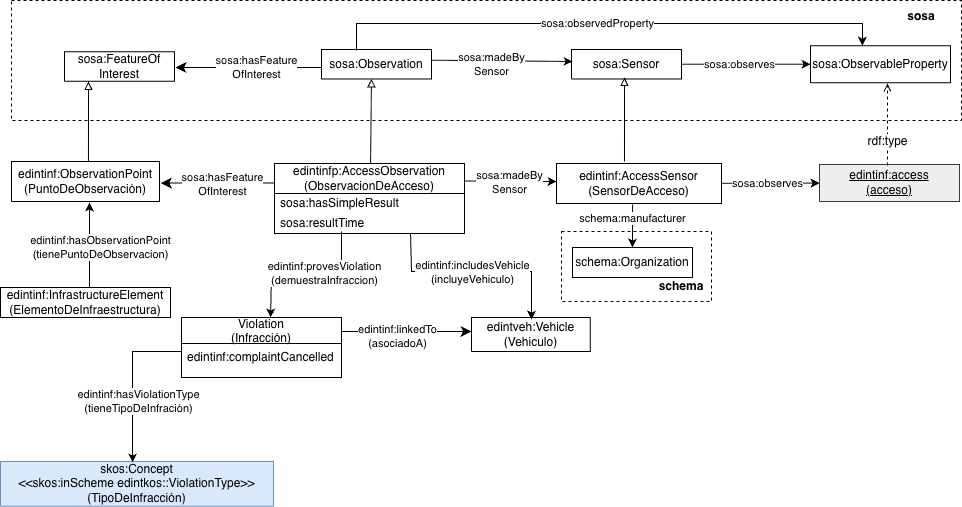
EDINT-Ontologia/edint-ontologia-infraestructura keeps this draw.io diagram as documentation/images/diagrama-conceptual-AccessSensors-with-DP.png. Above is the earlier version. Source tidied: cells renumbered, new cells last; positions are measured from the earlier drawing's top-left corner, leaving out a move shared by most shapes.
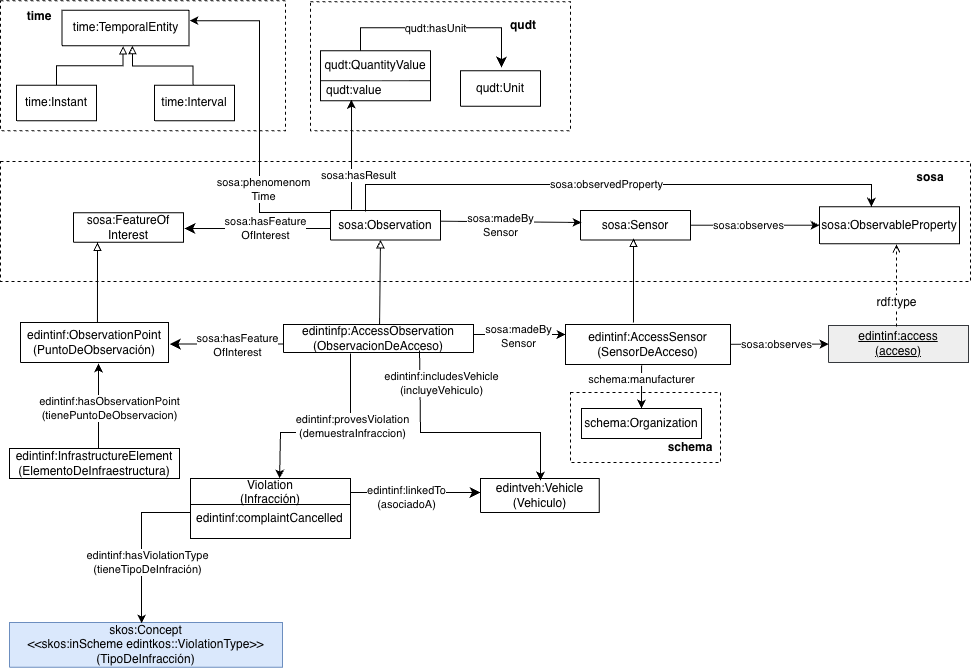
Above is the later version.

The edit, as a diff of the source:
```diff
@@ -6,7 +6,7 @@
       <mxGeometry x="561" y="231" width="150" height="70" as="geometry" />
     </mxCell>
     <mxCell id="3" style="rounded=0;whiteSpace=wrap;html=1;fillColor=none;dashed=1;fontSize=12;" parent="1" vertex="1">
-      <mxGeometry x="11" y="-0.1" width="950" height="120" as="geometry" />
+      <mxGeometry x="-9" y="-0.1" width="970" height="120" as="geometry" />
     </mxCell>
     <mxCell id="4" value="&lt;font style=&quot;color: rgb(0, 0, 0); direction: ltr; letter-spacing: 0px; line-height: 120%; opacity: 1;&quot;&gt;sosa:Sensor&lt;/font&gt;" style="verticalAlign=middle;align=center;vsdxID=334;shape=(stored shape, 160 characters);labelBackgroundColor=none;rounded=0;html=1;whiteSpace=wrap;fontSize=12;" parent="1" vertex="1">
       <mxGeometry x="571" y="49" width="110" height="29.5" as="geometry" />
@@ -85,9 +85,9 @@
         <mxPoint x="10" y="1" as="offset" />
       </mxGeometry>
     </mxCell>
-    <mxCell id="24" style="endArrow=none;html=1;rounded=0;fontSize=12;endFill=0;startArrow=classic;startFill=1;entryX=1;entryY=0.25;entryDx=0;entryDy=0;" parent="1" edge="1" target="30">
+    <mxCell id="24" style="endArrow=none;html=1;rounded=0;fontSize=12;endFill=0;startArrow=classic;startFill=1;exitX=0;exitY=0.25;exitDx=0;exitDy=0;" parent="1" edge="1" source="17">
       <mxGeometry relative="1" as="geometry">
-        <mxPoint x="556" y="181" as="sourcePoint" />
+        <mxPoint x="461" y="173" as="targetPoint" />
       </mxGeometry>
     </mxCell>
     <mxCell id="25" value="sosa:madeBy&lt;div&gt;Sensor&lt;/div&gt;" style="edgeLabel;html=1;align=center;verticalAlign=middle;fontSize=11;" parent="24" vertex="1">
@@ -110,15 +110,9 @@
       <mxGeometry y="287" width="170" height="30" as="geometry" />
     </mxCell>
     <mxCell id="30" value="edintinfp:AccessObservation&lt;div&gt;&lt;span style=&quot;background-color: transparent; color: light-dark(rgb(0, 0, 0), rgb(255, 255, 255));&quot;&gt;(ObservacionDeAcceso)&lt;/span&gt;&lt;/div&gt;" style="swimlane;fontStyle=0;horizontal=1;startSize=30;whiteSpace=wrap;html=1;" parent="1" vertex="1">
-      <mxGeometry x="274" y="163" width="190" height="70" as="geometry" />
+      <mxGeometry x="274" y="163" width="190" height="28" as="geometry" />
     </mxCell>
-    <mxCell id="31" value="sosa:hasSimpleResult" style="text;strokeColor=none;fillColor=none;align=left;verticalAlign=middle;spacingLeft=4;spacingRight=4;overflow=hidden;whiteSpace=wrap;html=1;" parent="30" vertex="1">
-      <mxGeometry y="30" width="190" height="20" as="geometry" />
-    </mxCell>
-    <mxCell id="32" value="sosa:resultTime" style="text;strokeColor=none;fillColor=none;align=left;verticalAlign=middle;spacingLeft=4;spacingRight=4;overflow=hidden;points=[[0,0.5],[1,0.5]];portConstraint=eastwest;whiteSpace=wrap;html=1;" parent="30" vertex="1">
-      <mxGeometry y="50" width="190" height="20" as="geometry" />
-    </mxCell>
-    <mxCell id="33" style="endArrow=classic;html=1;rounded=0;exitX=0.353;exitY=0.9;exitDx=0;exitDy=0;exitPerimeter=0;" parent="1" edge="1" source="32">
+    <mxCell id="33" style="endArrow=classic;html=1;rounded=0;exitX=0.353;exitY=1.036;exitDx=0;exitDy=0;exitPerimeter=0;" parent="1" edge="1" source="30">
       <mxGeometry relative="1" as="geometry">
         <mxPoint x="270.1" y="317" as="targetPoint" />
         <Array as="points">
@@ -149,7 +143,7 @@
         <mxPoint x="88" y="81" as="targetPoint" />
       </mxGeometry>
     </mxCell>
-    <mxCell id="39" style="endArrow=classic;html=1;rounded=0;exitX=0.716;exitY=1;exitDx=0;exitDy=0;exitPerimeter=0;" parent="1" edge="1" source="32">
+    <mxCell id="39" style="endArrow=classic;html=1;rounded=0;exitX=0.716;exitY=0.929;exitDx=0;exitDy=0;exitPerimeter=0;" parent="1" edge="1" source="30">
       <mxGeometry relative="1" as="geometry">
         <mxPoint x="531" y="319" as="targetPoint" />
         <Array as="points">
@@ -161,7 +155,7 @@
     </mxCell>
     <mxCell id="40" value="edintinf:includesVehicle&lt;div&gt;(incluyeVehiculo)&lt;/div&gt;" style="edgeLabel;html=1;align=center;verticalAlign=middle;" parent="39" vertex="1">
       <mxGeometry x="-0.26" y="1" relative="1" as="geometry">
-        <mxPoint x="23" y="1" as="offset" />
+        <mxPoint x="9" y="-49" as="offset" />
       </mxGeometry>
     </mxCell>
     <mxCell id="41" style="endArrow=none;html=1;rounded=0;exitX=0.5;exitY=1.025;exitDx=0;exitDy=0;entryX=0.5;entryY=0;entryDx=0;entryDy=0;exitPerimeter=0;startArrow=classic;startFill=1;endFill=0;" parent="1" edge="1">
@@ -217,5 +211,91 @@
     <mxCell id="51" value="edintinf:complaintCancelled" style="text;strokeColor=none;fillColor=none;align=left;verticalAlign=top;spacingLeft=4;spacingRight=4;overflow=visible;points=[[0,0.5],[1,0.5]];portConstraint=eastwest;imageAspect=0;imageHeight=24;" parent="50" vertex="1">
       <mxGeometry y="26" width="160" height="34" as="geometry" />
     </mxCell>
+    <mxCell id="52" style="rounded=0;whiteSpace=wrap;html=1;fillColor=none;dashed=1;fontSize=11;strokeColor=#000000;" parent="1" vertex="1">
+      <mxGeometry x="301" y="-159.8" width="260" height="129" as="geometry" />
+    </mxCell>
+    <mxCell id="53" value="&lt;font style=&quot;color: rgb(0, 0, 0); direction: ltr; letter-spacing: 0px; line-height: 120%; opacity: 1; font-size: 12px;&quot;&gt;qudt:Unit&lt;/font&gt;" style="verticalAlign=middle;align=center;vsdxID=334;shape=(stored shape, 160 characters);labelBackgroundColor=none;rounded=0;html=1;whiteSpace=wrap;fontSize=11;" parent="1" vertex="1">
+      <mxGeometry x="451" y="-90.8" width="80" height="35.5" as="geometry" />
+    </mxCell>
+    <mxCell id="54" value="&lt;div&gt;qudt&lt;/div&gt;" style="text;html=1;whiteSpace=wrap;strokeColor=none;fillColor=none;align=center;verticalAlign=middle;rounded=0;fontStyle=1;fontSize=12;" parent="1" vertex="1">
+      <mxGeometry x="484" y="-150.8" width="60" height="30" as="geometry" />
+    </mxCell>
+    <mxCell id="55" style="edgeStyle=orthogonalEdgeStyle;endArrow=none;html=1;rounded=0;endSize=8;startSize=8;sourcePerimeterSpacing=0;targetPerimeterSpacing=0;endFill=0;startArrow=classic;startFill=1;exitX=0.564;exitY=0.034;exitDx=0;exitDy=0;exitPerimeter=0;fontSize=11;" parent="1" edge="1">
+      <mxGeometry relative="1" as="geometry">
+        <mxPoint x="492" y="-94" as="sourcePoint" />
+        <mxPoint x="351" y="-110.8" as="targetPoint" />
+        <Array as="points">
+          <mxPoint x="492" y="-133.8" />
+          <mxPoint x="351" y="-133.8" />
+        </Array>
+      </mxGeometry>
+    </mxCell>
+    <mxCell id="56" value="qudt:hasUnit" style="edgeLabel;html=1;align=center;verticalAlign=middle;fontSize=11;" parent="55" vertex="1">
+      <mxGeometry x="0.16" y="1" relative="1" as="geometry">
+        <mxPoint x="12" y="-1" as="offset" />
+      </mxGeometry>
+    </mxCell>
+    <mxCell id="57" value="qudt:QuantityValue" style="swimlane;fontStyle=0;horizontal=1;startSize=30;whiteSpace=wrap;html=1;strokeColor=#000000;" parent="1" vertex="1">
+      <mxGeometry x="311" y="-110.8" width="110" height="50" as="geometry" />
+    </mxCell>
+    <mxCell id="58" value="qudt:value" style="text;strokeColor=none;fillColor=none;align=left;verticalAlign=middle;spacingLeft=4;spacingRight=4;overflow=hidden;points=[[0,0.5],[1,0.5]];portConstraint=eastwest;whiteSpace=wrap;html=1;" parent="57" vertex="1">
+      <mxGeometry y="30" width="110" height="20" as="geometry" />
+    </mxCell>
+    <mxCell id="59" value="&amp;nbsp;" style="text;strokeColor=none;fillColor=none;align=left;verticalAlign=middle;spacingLeft=4;spacingRight=4;overflow=hidden;whiteSpace=wrap;html=1;" parent="57" vertex="1">
+      <mxGeometry y="50" width="110" as="geometry" />
+    </mxCell>
+    <mxCell id="60" style="rounded=0;whiteSpace=wrap;html=1;fillColor=none;dashed=1;fontSize=11;strokeColor=#000000;" parent="1" vertex="1">
+      <mxGeometry x="-9" y="-160.8" width="285" height="130" as="geometry" />
+    </mxCell>
+    <mxCell id="61" value="&lt;div&gt;time&lt;/div&gt;" style="text;html=1;whiteSpace=wrap;strokeColor=none;fillColor=none;align=center;verticalAlign=middle;rounded=0;fontStyle=1;fontSize=12;" parent="1" vertex="1">
+      <mxGeometry y="-159.8" width="60" height="30" as="geometry" />
+    </mxCell>
+    <mxCell id="62" value="&lt;font style=&quot;color: rgb(0, 0, 0); direction: ltr; letter-spacing: 0px; line-height: 120%; opacity: 1; font-size: 12px;&quot;&gt;time:TemporalEntity&lt;/font&gt;" style="verticalAlign=middle;align=center;vsdxID=334;shape=(stored shape, 160 characters);labelBackgroundColor=none;rounded=0;html=1;whiteSpace=wrap;fontSize=11;fillColor=none;" parent="1" vertex="1">
+      <mxGeometry x="52.5" y="-151.3" width="127" height="35.5" as="geometry" />
+    </mxCell>
+    <mxCell id="63" value="&lt;font style=&quot;color: rgb(0, 0, 0); direction: ltr; letter-spacing: 0px; line-height: 120%; opacity: 1; font-size: 12px;&quot;&gt;time:Instant&lt;/font&gt;" style="verticalAlign=middle;align=center;vsdxID=334;shape=(stored shape, 160 characters);labelBackgroundColor=none;rounded=0;html=1;whiteSpace=wrap;fontSize=11;fillColor=none;" parent="1" vertex="1">
+      <mxGeometry x="7" y="-76.3" width="80" height="35.5" as="geometry" />
+    </mxCell>
+    <mxCell id="64" value="&lt;font style=&quot;color: rgb(0, 0, 0); direction: ltr; letter-spacing: 0px; line-height: 120%; opacity: 1; font-size: 12px;&quot;&gt;time:Interval&lt;/font&gt;" style="verticalAlign=middle;align=center;vsdxID=334;shape=(stored shape, 160 characters);labelBackgroundColor=none;rounded=0;html=1;whiteSpace=wrap;fontSize=11;fillColor=none;" parent="1" vertex="1">
+      <mxGeometry x="145" y="-76.3" width="80" height="35.5" as="geometry" />
+    </mxCell>
+    <mxCell id="65" style="endArrow=block;html=1;rounded=0;endFill=0;fillColor=none;exitX=0.481;exitY=-0.008;exitDx=0;exitDy=0;exitPerimeter=0;edgeStyle=orthogonalEdgeStyle;" parent="1" edge="1" source="64">
+      <mxGeometry relative="1" as="geometry">
+        <mxPoint x="123" y="-115.8" as="targetPoint" />
+      </mxGeometry>
+    </mxCell>
+    <mxCell id="66" style="edgeStyle=orthogonalEdgeStyle;rounded=0;jettySize=auto;html=1;entryX=0.481;entryY=1.009;entryDx=0;entryDy=0;entryPerimeter=0;endArrow=block;endFill=0;" parent="1" edge="1" source="63" target="62">
+      <mxGeometry relative="1" as="geometry">
+        <Array as="points">
+          <mxPoint x="47" y="-95.8" />
+          <mxPoint x="114" y="-95.8" />
+        </Array>
+      </mxGeometry>
+    </mxCell>
+    <mxCell id="67" style="endArrow=classic;html=1;rounded=0;entryX=0.282;entryY=0.95;entryDx=0;entryDy=0;entryPerimeter=0;exitX=0.382;exitY=0.034;exitDx=0;exitDy=0;exitPerimeter=0;" parent="1" edge="1" target="58">
+      <mxGeometry relative="1" as="geometry">
+        <mxPoint x="342" y="48.2" as="sourcePoint" />
+      </mxGeometry>
+    </mxCell>
+    <mxCell id="68" value="sosa:hasResult" style="edgeLabel;html=1;align=center;verticalAlign=middle;" parent="67" vertex="1">
+      <mxGeometry x="0.17" relative="1" as="geometry">
+        <mxPoint x="6" y="29" as="offset" />
+      </mxGeometry>
+    </mxCell>
+    <mxCell id="69" style="endArrow=classic;html=1;rounded=0;edgeStyle=orthogonalEdgeStyle;exitX=0;exitY=0.271;exitDx=0;exitDy=0;exitPerimeter=0;" parent="1" edge="1" source="5">
+      <mxGeometry relative="1" as="geometry">
+        <mxPoint x="180" y="-140.8" as="targetPoint" />
+        <Array as="points">
+          <mxPoint x="321" y="51" />
+          <mxPoint x="250" y="51" />
+          <mxPoint x="250" y="-141" />
+        </Array>
+      </mxGeometry>
+    </mxCell>
+    <mxCell id="70" value="sosa:p&lt;span style=&quot;background-color: light-dark(#ffffff, var(--ge-dark-color, #121212)); color: light-dark(rgb(0, 0, 0), rgb(255, 255, 255));&quot;&gt;henomenom&lt;/span&gt;&lt;div&gt;&lt;div&gt;Time&lt;/div&gt;&lt;/div&gt;" style="edgeLabel;html=1;align=center;verticalAlign=middle;" parent="69" vertex="1">
+      <mxGeometry x="0.3" y="-1" relative="1" as="geometry">
+        <mxPoint x="2" y="121" as="offset" />
+      </mxGeometry>
+    </mxCell>
   </root>
 </mxGraphModel>
```
